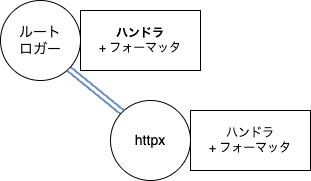
Above: source/_static/pyconjp/pyconjp-logger-propagate-handlers.drawio.png in ftnext/2025-slides (draw.io), before the change. Source tidied: cells renumbered, new cells last; positions are measured from the earlier drawing's top-left corner, leaving out a move shared by most shapes. Its diagram source:
```xml
<mxGraphModel>
  <root>
    <mxCell id="0" />
    <mxCell id="1" parent="0" />
    <mxCell id="2" style="edgeStyle=none;shape=link;html=1;exitX=1;exitY=1;exitDx=0;exitDy=0;entryX=0;entryY=0;entryDx=0;entryDy=0;fillColor=#dae8fc;strokeColor=#6c8ebf;strokeWidth=2;gradientColor=#7ea6e0;" parent="1" edge="1" source="3" target="4">
      <mxGeometry relative="1" as="geometry" />
    </mxCell>
    <mxCell id="3" value="&lt;font style=&quot;font-size: 14px;&quot;&gt;ルート&lt;br&gt;ロガー&lt;/font&gt;" style="ellipse;whiteSpace=wrap;html=1;" parent="1" vertex="1">
      <mxGeometry width="80" height="80" as="geometry" />
    </mxCell>
    <mxCell id="4" value="&lt;font style=&quot;font-size: 14px;&quot;&gt;httpx&lt;/font&gt;" style="ellipse;whiteSpace=wrap;html=1;" parent="1" vertex="1">
      <mxGeometry x="110" y="100" width="80" height="80" as="geometry" />
    </mxCell>
    <mxCell id="5" value="ハンドラ&lt;div&gt;+ フォーマッタ&lt;/div&gt;" style="rounded=0;whiteSpace=wrap;html=1;" parent="1" vertex="1">
      <mxGeometry x="190" y="110" width="120" height="60" as="geometry" />
    </mxCell>
    <mxCell id="6" value="&lt;b&gt;ハンドラ&lt;/b&gt;&lt;div&gt;+ フォーマッタ&lt;/div&gt;" style="rounded=0;whiteSpace=wrap;html=1;" parent="1" vertex="1">
      <mxGeometry x="80" y="10" width="120" height="60" as="geometry" />
    </mxCell>
  </root>
</mxGraphModel>
```
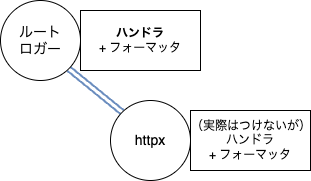
The same file after the commit.

The edit, as a diff of the source:
```diff
@@ -11,7 +11,7 @@
     <mxCell id="4" value="&lt;font style=&quot;font-size: 14px;&quot;&gt;httpx&lt;/font&gt;" style="ellipse;whiteSpace=wrap;html=1;" parent="1" vertex="1">
       <mxGeometry x="110" y="100" width="80" height="80" as="geometry" />
     </mxCell>
-    <mxCell id="5" value="ハンドラ&lt;div&gt;+ フォーマッタ&lt;/div&gt;" style="rounded=0;whiteSpace=wrap;html=1;" parent="1" vertex="1">
+    <mxCell id="5" value="&lt;div&gt;（実際はつけないが）&lt;/div&gt;ハンドラ&lt;div&gt;+ フォーマッタ&lt;/div&gt;" style="rounded=0;whiteSpace=wrap;html=1;" parent="1" vertex="1">
       <mxGeometry x="190" y="110" width="120" height="60" as="geometry" />
     </mxCell>
     <mxCell id="6" value="&lt;b&gt;ハンドラ&lt;/b&gt;&lt;div&gt;+ フォーマッタ&lt;/div&gt;" style="rounded=0;whiteSpace=wrap;html=1;" parent="1" vertex="1">
```
